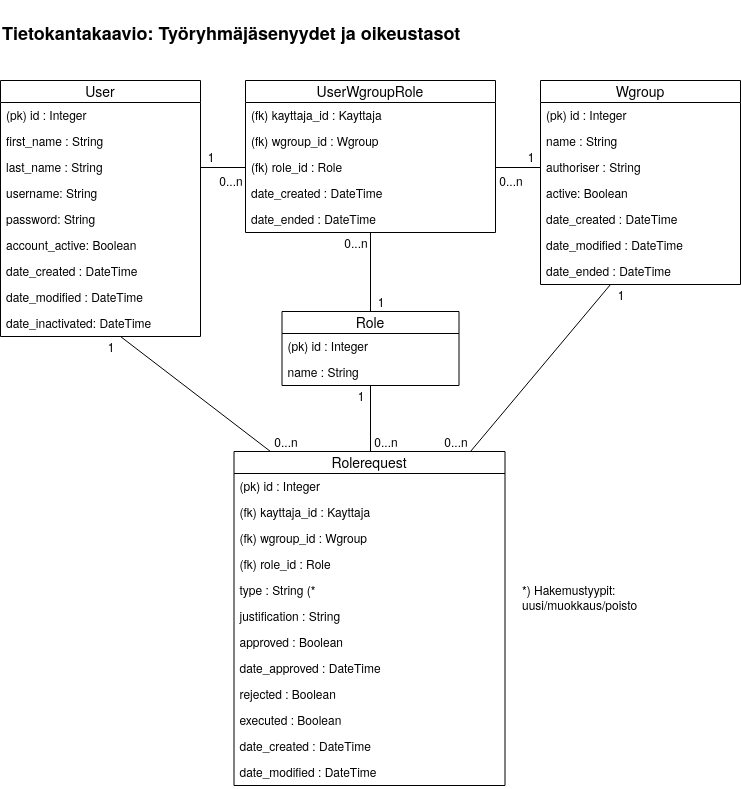
Earlier version of the draw.io export documentation/Tietokantakaavio.png (jmlii/TrjApp). Source tidied: cells renumbered, new cells last; positions are measured from the earlier drawing's top-left corner, leaving out a move shared by most shapes. Source of this version:
```xml
<mxGraphModel>
  <root>
    <mxCell id="0" />
    <mxCell id="1" parent="0" />
    <mxCell id="2" value="User" style="swimlane;fontStyle=0;horizontal=1;startSize=22;fillColor=none;swimlaneFillColor=#ffffff;align=center;fontSize=14;" parent="1" vertex="1">
      <mxGeometry y="80" width="200" height="256" as="geometry" />
    </mxCell>
    <mxCell id="3" value="(pk) id : Integer" style="text;strokeColor=none;fillColor=none;spacingLeft=4;spacingRight=4;overflow=hidden;fontSize=12;" parent="2" vertex="1">
      <mxGeometry y="22" width="200" height="26" as="geometry" />
    </mxCell>
    <mxCell id="4" value="first_name : String" style="text;strokeColor=none;fillColor=none;spacingLeft=4;spacingRight=4;overflow=hidden;fontSize=12;" parent="2" vertex="1">
      <mxGeometry y="48" width="200" height="26" as="geometry" />
    </mxCell>
    <mxCell id="5" value="last_name : String" style="text;strokeColor=none;fillColor=none;spacingLeft=4;spacingRight=4;overflow=hidden;fontSize=12;" parent="2" vertex="1">
      <mxGeometry y="74" width="200" height="26" as="geometry" />
    </mxCell>
    <mxCell id="6" value="username: String" style="text;strokeColor=none;fillColor=none;spacingLeft=4;spacingRight=4;overflow=hidden;fontSize=12;" parent="2" vertex="1">
      <mxGeometry y="100" width="200" height="26" as="geometry" />
    </mxCell>
    <mxCell id="7" value="password: String" style="text;strokeColor=none;fillColor=none;spacingLeft=4;spacingRight=4;overflow=hidden;fontSize=12;" parent="2" vertex="1">
      <mxGeometry y="126" width="200" height="26" as="geometry" />
    </mxCell>
    <mxCell id="8" value="account_active: Boolean" style="text;strokeColor=none;fillColor=none;spacingLeft=4;spacingRight=4;overflow=hidden;fontSize=12;" parent="2" vertex="1">
      <mxGeometry y="152" width="200" height="26" as="geometry" />
    </mxCell>
    <mxCell id="9" value="date_created : DateTime" style="text;strokeColor=none;fillColor=none;spacingLeft=4;spacingRight=4;overflow=hidden;fontSize=12;" parent="2" vertex="1">
      <mxGeometry y="178" width="200" height="26" as="geometry" />
    </mxCell>
    <mxCell id="10" value="date_modified : DateTime" style="text;strokeColor=none;fillColor=none;spacingLeft=4;spacingRight=4;overflow=hidden;fontSize=12;" parent="2" vertex="1">
      <mxGeometry y="204" width="200" height="26" as="geometry" />
    </mxCell>
    <mxCell id="11" value="date_inactivated: DateTime" style="text;strokeColor=none;fillColor=none;spacingLeft=4;spacingRight=4;overflow=hidden;fontSize=12;" parent="2" vertex="1">
      <mxGeometry y="230" width="200" height="26" as="geometry" />
    </mxCell>
    <mxCell id="12" value="Wgroup" style="swimlane;fontStyle=0;horizontal=1;startSize=22;fillColor=none;swimlaneFillColor=#ffffff;align=center;fontSize=14;" parent="1" vertex="1">
      <mxGeometry x="540" y="80" width="200" height="204" as="geometry" />
    </mxCell>
    <mxCell id="13" value="(pk) id : Integer" style="text;strokeColor=none;fillColor=none;spacingLeft=4;spacingRight=4;overflow=hidden;fontSize=12;" parent="12" vertex="1">
      <mxGeometry y="22" width="200" height="26" as="geometry" />
    </mxCell>
    <mxCell id="14" value="name : String" style="text;strokeColor=none;fillColor=none;spacingLeft=4;spacingRight=4;overflow=hidden;fontSize=12;" parent="12" vertex="1">
      <mxGeometry y="48" width="200" height="26" as="geometry" />
    </mxCell>
    <mxCell id="15" value="authoriser : String" style="text;strokeColor=none;fillColor=none;spacingLeft=4;spacingRight=4;overflow=hidden;fontSize=12;" parent="12" vertex="1">
      <mxGeometry y="74" width="200" height="26" as="geometry" />
    </mxCell>
    <mxCell id="16" value="active: Boolean" style="text;strokeColor=none;fillColor=none;spacingLeft=4;spacingRight=4;overflow=hidden;fontSize=12;" parent="12" vertex="1">
      <mxGeometry y="100" width="200" height="26" as="geometry" />
    </mxCell>
    <mxCell id="17" value="date_created : DateTime" style="text;strokeColor=none;fillColor=none;spacingLeft=4;spacingRight=4;overflow=hidden;fontSize=12;" parent="12" vertex="1">
      <mxGeometry y="126" width="200" height="26" as="geometry" />
    </mxCell>
    <mxCell id="18" value="date_modified : DateTime" style="text;strokeColor=none;fillColor=none;spacingLeft=4;spacingRight=4;overflow=hidden;fontSize=12;" parent="12" vertex="1">
      <mxGeometry y="152" width="200" height="26" as="geometry" />
    </mxCell>
    <mxCell id="19" value="date_ended : DateTime" style="text;strokeColor=none;fillColor=none;spacingLeft=4;spacingRight=4;overflow=hidden;fontSize=12;" parent="12" vertex="1">
      <mxGeometry y="178" width="200" height="26" as="geometry" />
    </mxCell>
    <mxCell id="20" value="Rolerequest" style="swimlane;fontStyle=0;horizontal=1;startSize=22;fillColor=none;swimlaneFillColor=#ffffff;align=center;fontSize=14;" parent="1" vertex="1">
      <mxGeometry x="233.5" y="451" width="271" height="334" as="geometry" />
    </mxCell>
    <mxCell id="21" value="(pk) id : Integer" style="text;strokeColor=none;fillColor=none;spacingLeft=4;spacingRight=4;overflow=hidden;fontSize=12;" parent="20" vertex="1">
      <mxGeometry y="22" width="271" height="26" as="geometry" />
    </mxCell>
    <mxCell id="22" value="(fk) kayttaja_id : Kayttaja" style="text;strokeColor=none;fillColor=none;spacingLeft=4;spacingRight=4;overflow=hidden;fontSize=12;" parent="20" vertex="1">
      <mxGeometry y="48" width="271" height="26" as="geometry" />
    </mxCell>
    <mxCell id="23" value="(fk) wgroup_id : Wgroup" style="text;strokeColor=none;fillColor=none;spacingLeft=4;spacingRight=4;overflow=hidden;fontSize=12;" parent="20" vertex="1">
      <mxGeometry y="74" width="271" height="26" as="geometry" />
    </mxCell>
    <mxCell id="24" value="(fk) role_id : Role" style="text;strokeColor=none;fillColor=none;spacingLeft=4;spacingRight=4;overflow=hidden;fontSize=12;" parent="20" vertex="1">
      <mxGeometry y="100" width="271" height="26" as="geometry" />
    </mxCell>
    <mxCell id="25" value="type : String (*" style="text;strokeColor=none;fillColor=none;spacingLeft=4;spacingRight=4;overflow=hidden;fontSize=12;" parent="20" vertex="1">
      <mxGeometry y="126" width="271" height="26" as="geometry" />
    </mxCell>
    <mxCell id="26" value="justification : String" style="text;strokeColor=none;fillColor=none;spacingLeft=4;spacingRight=4;overflow=hidden;fontSize=12;" parent="20" vertex="1">
      <mxGeometry y="152" width="271" height="26" as="geometry" />
    </mxCell>
    <mxCell id="27" value="approved : Boolean" style="text;strokeColor=none;fillColor=none;spacingLeft=4;spacingRight=4;overflow=hidden;fontSize=12;" parent="20" vertex="1">
      <mxGeometry y="178" width="271" height="26" as="geometry" />
    </mxCell>
    <mxCell id="28" value="date_approved : DateTime" style="text;strokeColor=none;fillColor=none;spacingLeft=4;spacingRight=4;overflow=hidden;fontSize=12;" parent="20" vertex="1">
      <mxGeometry y="204" width="271" height="26" as="geometry" />
    </mxCell>
    <mxCell id="29" value="rejected : Boolean" style="text;strokeColor=none;fillColor=none;spacingLeft=4;spacingRight=4;overflow=hidden;fontSize=12;" parent="20" vertex="1">
      <mxGeometry y="230" width="271" height="26" as="geometry" />
    </mxCell>
    <mxCell id="30" value="executed : Boolean" style="text;strokeColor=none;fillColor=none;spacingLeft=4;spacingRight=4;overflow=hidden;fontSize=12;" parent="20" vertex="1">
      <mxGeometry y="256" width="271" height="26" as="geometry" />
    </mxCell>
    <mxCell id="31" value="date_created : DateTime" style="text;strokeColor=none;fillColor=none;spacingLeft=4;spacingRight=4;overflow=hidden;fontSize=12;" parent="20" vertex="1">
      <mxGeometry y="282" width="271" height="26" as="geometry" />
    </mxCell>
    <mxCell id="32" value="date_modified : DateTime" style="text;strokeColor=none;fillColor=none;spacingLeft=4;spacingRight=4;overflow=hidden;fontSize=12;" parent="20" vertex="1">
      <mxGeometry y="308" width="271" height="26" as="geometry" />
    </mxCell>
    <mxCell id="33" value="Role" style="swimlane;fontStyle=0;horizontal=1;startSize=22;fillColor=none;swimlaneFillColor=#ffffff;align=center;fontSize=14;" parent="1" vertex="1">
      <mxGeometry x="281.5" y="311" width="177" height="74" as="geometry" />
    </mxCell>
    <mxCell id="34" value="(pk) id : Integer" style="text;strokeColor=none;fillColor=none;spacingLeft=4;spacingRight=4;overflow=hidden;fontSize=12;" parent="33" vertex="1">
      <mxGeometry y="22" width="177" height="26" as="geometry" />
    </mxCell>
    <mxCell id="35" value="name : String" style="text;strokeColor=none;fillColor=none;spacingLeft=4;spacingRight=4;overflow=hidden;fontSize=12;" parent="33" vertex="1">
      <mxGeometry y="48" width="177" height="26" as="geometry" />
    </mxCell>
    <mxCell id="36" value="UserWgroupRole" style="swimlane;fontStyle=0;horizontal=1;startSize=22;fillColor=none;swimlaneFillColor=#ffffff;align=center;fontSize=14;" parent="1" vertex="1">
      <mxGeometry x="245" y="80" width="250" height="152" as="geometry" />
    </mxCell>
    <mxCell id="37" value="(fk) kayttaja_id : Kayttaja" style="text;strokeColor=none;fillColor=none;spacingLeft=4;spacingRight=4;overflow=hidden;fontSize=12;" parent="36" vertex="1">
      <mxGeometry y="22" width="250" height="26" as="geometry" />
    </mxCell>
    <mxCell id="38" value="(fk) wgroup_id : Wgroup" style="text;strokeColor=none;fillColor=none;spacingLeft=4;spacingRight=4;overflow=hidden;fontSize=12;" parent="36" vertex="1">
      <mxGeometry y="48" width="250" height="26" as="geometry" />
    </mxCell>
    <mxCell id="39" value="(fk) role_id : Role" style="text;strokeColor=none;fillColor=none;spacingLeft=4;spacingRight=4;overflow=hidden;fontSize=12;" parent="36" vertex="1">
      <mxGeometry y="74" width="250" height="26" as="geometry" />
    </mxCell>
    <mxCell id="40" value="date_created : DateTime" style="text;strokeColor=none;fillColor=none;spacingLeft=4;spacingRight=4;overflow=hidden;fontSize=12;" parent="36" vertex="1">
      <mxGeometry y="100" width="250" height="26" as="geometry" />
    </mxCell>
    <mxCell id="41" value="date_ended : DateTime" style="text;strokeColor=none;fillColor=none;spacingLeft=4;spacingRight=4;overflow=hidden;fontSize=12;" parent="36" vertex="1">
      <mxGeometry y="126" width="250" height="26" as="geometry" />
    </mxCell>
    <mxCell id="42" value="0...n" style="text;html=1;strokeColor=none;fillColor=none;align=center;verticalAlign=middle;whiteSpace=wrap;rounded=0;" parent="1" vertex="1">
      <mxGeometry x="270" y="431" width="30" height="20" as="geometry" />
    </mxCell>
    <mxCell id="43" value="0...n" style="text;html=1;strokeColor=none;fillColor=none;align=center;verticalAlign=middle;whiteSpace=wrap;rounded=0;" parent="1" vertex="1">
      <mxGeometry x="215" y="170" width="30" height="20" as="geometry" />
    </mxCell>
    <mxCell id="44" value="1" style="text;html=1;strokeColor=none;fillColor=none;align=center;verticalAlign=middle;whiteSpace=wrap;rounded=0;" parent="1" vertex="1">
      <mxGeometry x="200" y="146" width="20" height="20" as="geometry" />
    </mxCell>
    <mxCell id="45" value="1" style="text;html=1;strokeColor=none;fillColor=none;align=center;verticalAlign=middle;whiteSpace=wrap;rounded=0;" parent="1" vertex="1">
      <mxGeometry x="370" y="291" width="20" height="20" as="geometry" />
    </mxCell>
    <mxCell id="46" value="1" style="text;html=1;strokeColor=none;fillColor=none;align=center;verticalAlign=middle;whiteSpace=wrap;rounded=0;" parent="1" vertex="1">
      <mxGeometry x="520" y="146" width="20" height="20" as="geometry" />
    </mxCell>
    <mxCell id="47" value="1" style="text;html=1;strokeColor=none;fillColor=none;align=center;verticalAlign=middle;whiteSpace=wrap;rounded=0;" parent="1" vertex="1">
      <mxGeometry x="100" y="336" width="20" height="20" as="geometry" />
    </mxCell>
    <mxCell id="48" value="0...n" style="text;html=1;strokeColor=none;fillColor=none;align=center;verticalAlign=middle;whiteSpace=wrap;rounded=0;" parent="1" vertex="1">
      <mxGeometry x="495" y="170" width="30" height="20" as="geometry" />
    </mxCell>
    <mxCell id="49" value="0...n" style="text;html=1;strokeColor=none;fillColor=none;align=center;verticalAlign=middle;whiteSpace=wrap;rounded=0;" parent="1" vertex="1">
      <mxGeometry x="340" y="232" width="30" height="20" as="geometry" />
    </mxCell>
    <mxCell id="50" style="endArrow=none;html=1;exitX=1;exitY=0;exitDx=0;exitDy=0;entryX=0;entryY=1;entryDx=0;entryDy=0;" parent="1" edge="1" source="47" target="42">
      <mxGeometry relative="1" as="geometry" />
    </mxCell>
    <mxCell id="51" style="endArrow=none;html=1;exitX=1;exitY=0;exitDx=0;exitDy=0;entryX=0;entryY=1;entryDx=0;entryDy=0;" parent="1" edge="1" source="49" target="45">
      <mxGeometry relative="1" as="geometry" />
    </mxCell>
    <mxCell id="52" style="endArrow=none;html=1;exitX=1;exitY=0.5;exitDx=0;exitDy=0;entryX=0;entryY=0.5;entryDx=0;entryDy=0;" parent="1" edge="1">
      <mxGeometry relative="1" as="geometry">
        <mxPoint x="200" y="167" as="sourcePoint" />
        <mxPoint x="245" y="167" as="targetPoint" />
      </mxGeometry>
    </mxCell>
    <mxCell id="53" style="endArrow=none;html=1;exitX=1;exitY=0.5;exitDx=0;exitDy=0;entryX=0;entryY=0.5;entryDx=0;entryDy=0;" parent="1" edge="1">
      <mxGeometry relative="1" as="geometry">
        <mxPoint x="495" y="167" as="sourcePoint" />
        <mxPoint x="540" y="167" as="targetPoint" />
      </mxGeometry>
    </mxCell>
    <mxCell id="54" style="endArrow=none;html=1;entryX=0;entryY=1;entryDx=0;entryDy=0;exitX=1;exitY=0;exitDx=0;exitDy=0;" parent="1" edge="1" source="58" target="57">
      <mxGeometry relative="1" as="geometry" />
    </mxCell>
    <mxCell id="55" style="endArrow=none;html=1;entryX=0;entryY=0;entryDx=0;entryDy=0;exitX=1;exitY=1;exitDx=0;exitDy=0;" parent="1" edge="1" source="56" target="59">
      <mxGeometry relative="1" as="geometry" />
    </mxCell>
    <mxCell id="56" value="0...n" style="text;html=1;strokeColor=none;fillColor=none;align=center;verticalAlign=middle;whiteSpace=wrap;rounded=0;" parent="1" vertex="1">
      <mxGeometry x="440" y="431" width="30" height="20" as="geometry" />
    </mxCell>
    <mxCell id="57" value="0...n" style="text;html=1;strokeColor=none;fillColor=none;align=center;verticalAlign=middle;whiteSpace=wrap;rounded=0;" parent="1" vertex="1">
      <mxGeometry x="370" y="431" width="30" height="20" as="geometry" />
    </mxCell>
    <mxCell id="58" value="1" style="text;html=1;strokeColor=none;fillColor=none;align=center;verticalAlign=middle;whiteSpace=wrap;rounded=0;" parent="1" vertex="1">
      <mxGeometry x="350" y="385" width="20" height="20" as="geometry" />
    </mxCell>
    <mxCell id="59" value="1" style="text;html=1;strokeColor=none;fillColor=none;align=center;verticalAlign=middle;whiteSpace=wrap;rounded=0;" parent="1" vertex="1">
      <mxGeometry x="610" y="284" width="20" height="20" as="geometry" />
    </mxCell>
    <mxCell id="60" value="&lt;h2&gt;Tietokantakaavio: Työryhmäjäsenyydet ja oikeustasot&lt;/h2&gt;" style="text;html=1;" parent="1" vertex="1">
      <mxGeometry width="490" height="50" as="geometry" />
    </mxCell>
    <mxCell id="61" value="&lt;div align=&quot;left&quot;&gt;*) Hakemustyypit: &lt;br&gt;&lt;/div&gt;&lt;div align=&quot;left&quot;&gt;uusi/muokkaus/poisto&lt;/div&gt;" style="text;html=1;strokeColor=none;fillColor=none;align=left;verticalAlign=middle;whiteSpace=wrap;rounded=0;" parent="1" vertex="1">
      <mxGeometry x="520" y="567" width="140" height="60" as="geometry" />
    </mxCell>
  </root>
</mxGraphModel>
```
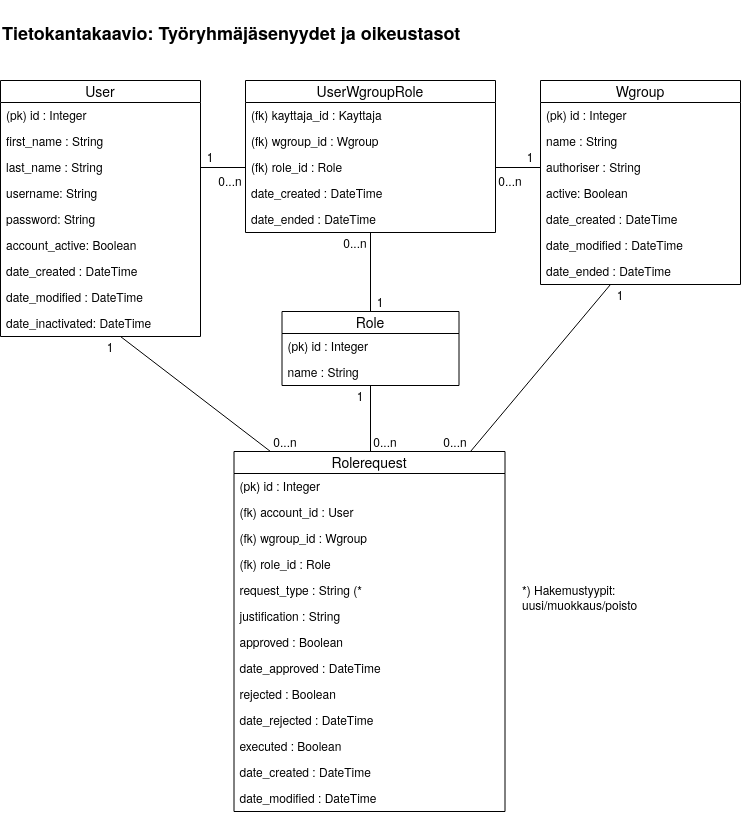
After the commit.

Commit message:
Tietokantakaavio päivitetty

The edit, as a diff of the source:
```diff
@@ -57,12 +57,12 @@
       <mxGeometry y="178" width="200" height="26" as="geometry" />
     </mxCell>
     <mxCell id="20" value="Rolerequest" style="swimlane;fontStyle=0;horizontal=1;startSize=22;fillColor=none;swimlaneFillColor=#ffffff;align=center;fontSize=14;" parent="1" vertex="1">
-      <mxGeometry x="233.5" y="451" width="271" height="334" as="geometry" />
+      <mxGeometry x="233.5" y="451" width="271" height="360" as="geometry" />
     </mxCell>
     <mxCell id="21" value="(pk) id : Integer" style="text;strokeColor=none;fillColor=none;spacingLeft=4;spacingRight=4;overflow=hidden;fontSize=12;" parent="20" vertex="1">
       <mxGeometry y="22" width="271" height="26" as="geometry" />
     </mxCell>
-    <mxCell id="22" value="(fk) kayttaja_id : Kayttaja" style="text;strokeColor=none;fillColor=none;spacingLeft=4;spacingRight=4;overflow=hidden;fontSize=12;" parent="20" vertex="1">
+    <mxCell id="22" value="(fk) account_id : User" style="text;strokeColor=none;fillColor=none;spacingLeft=4;spacingRight=4;overflow=hidden;fontSize=12;" parent="20" vertex="1">
       <mxGeometry y="48" width="271" height="26" as="geometry" />
     </mxCell>
     <mxCell id="23" value="(fk) wgroup_id : Wgroup" style="text;strokeColor=none;fillColor=none;spacingLeft=4;spacingRight=4;overflow=hidden;fontSize=12;" parent="20" vertex="1">
@@ -71,7 +71,7 @@
     <mxCell id="24" value="(fk) role_id : Role" style="text;strokeColor=none;fillColor=none;spacingLeft=4;spacingRight=4;overflow=hidden;fontSize=12;" parent="20" vertex="1">
       <mxGeometry y="100" width="271" height="26" as="geometry" />
     </mxCell>
-    <mxCell id="25" value="type : String (*" style="text;strokeColor=none;fillColor=none;spacingLeft=4;spacingRight=4;overflow=hidden;fontSize=12;" parent="20" vertex="1">
+    <mxCell id="25" value="request_type : String (*" style="text;strokeColor=none;fillColor=none;spacingLeft=4;spacingRight=4;overflow=hidden;fontSize=12;" parent="20" vertex="1">
       <mxGeometry y="126" width="271" height="26" as="geometry" />
     </mxCell>
     <mxCell id="26" value="justification : String" style="text;strokeColor=none;fillColor=none;spacingLeft=4;spacingRight=4;overflow=hidden;fontSize=12;" parent="20" vertex="1">
@@ -86,14 +86,17 @@
     <mxCell id="29" value="rejected : Boolean" style="text;strokeColor=none;fillColor=none;spacingLeft=4;spacingRight=4;overflow=hidden;fontSize=12;" parent="20" vertex="1">
       <mxGeometry y="230" width="271" height="26" as="geometry" />
     </mxCell>
+    <mxCell id="62" value="date_rejected : DateTime" style="text;strokeColor=none;fillColor=none;spacingLeft=4;spacingRight=4;overflow=hidden;fontSize=12;" parent="20" vertex="1">
+      <mxGeometry y="256" width="271" height="26" as="geometry" />
+    </mxCell>
     <mxCell id="30" value="executed : Boolean" style="text;strokeColor=none;fillColor=none;spacingLeft=4;spacingRight=4;overflow=hidden;fontSize=12;" parent="20" vertex="1">
-      <mxGeometry y="256" width="271" height="26" as="geometry" />
+      <mxGeometry y="282" width="271" height="26" as="geometry" />
     </mxCell>
     <mxCell id="31" value="date_created : DateTime" style="text;strokeColor=none;fillColor=none;spacingLeft=4;spacingRight=4;overflow=hidden;fontSize=12;" parent="20" vertex="1">
-      <mxGeometry y="282" width="271" height="26" as="geometry" />
+      <mxGeometry y="308" width="271" height="26" as="geometry" />
     </mxCell>
     <mxCell id="32" value="date_modified : DateTime" style="text;strokeColor=none;fillColor=none;spacingLeft=4;spacingRight=4;overflow=hidden;fontSize=12;" parent="20" vertex="1">
-      <mxGeometry y="308" width="271" height="26" as="geometry" />
+      <mxGeometry y="334" width="271" height="26" as="geometry" />
     </mxCell>
     <mxCell id="33" value="Role" style="swimlane;fontStyle=0;horizontal=1;startSize=22;fillColor=none;swimlaneFillColor=#ffffff;align=center;fontSize=14;" parent="1" vertex="1">
       <mxGeometry x="281.5" y="311" width="177" height="74" as="geometry" />
```
